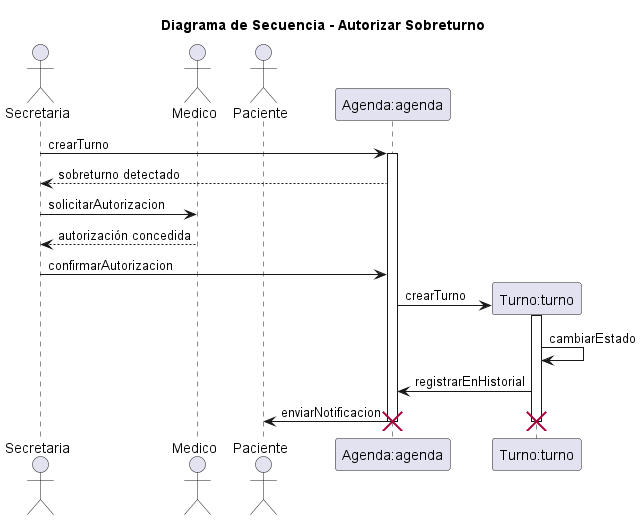
The PlantUML diagram diagramas/05-diagramas-secuencia/05-secuencia-autorizar-sobreturno-05.png in eternalnight04/SistemaTurnosMedicos, before a commit.
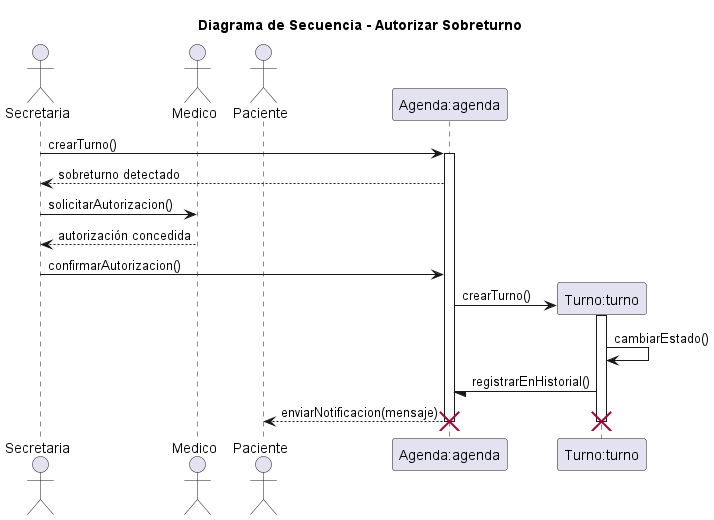
Later version of the same file.

Change to the diagram source:
```diff
@@ -10,25 +10,25 @@
 participant "Agenda:agenda" as agenda
 participant "Turno:turno" as turno
 
-secretaria -> agenda: crearTurno
+secretaria -> agenda: crearTurno()
 activate agenda
 
 agenda --> secretaria: sobreturno detectado
 
-secretaria -> medico: solicitarAutorizacion
+secretaria -> medico: solicitarAutorizacion()
 medico --> secretaria: autorización concedida
 
-secretaria -> agenda: confirmarAutorizacion
+secretaria -> agenda: confirmarAutorizacion()
 
 create turno
-agenda -> turno: crearTurno
+agenda -> turno: crearTurno()
 activate turno
 
-turno -> turno: cambiarEstado
+turno -> turno: cambiarEstado()
 
-turno -> agenda: registrarEnHistorial
+turno -/ agenda: registrarEnHistorial()
 
-agenda -> paciente: enviarNotificacion
+agenda --> paciente: enviarNotificacion(mensaje)
 
 deactivate turno
 deactivate agenda
```
